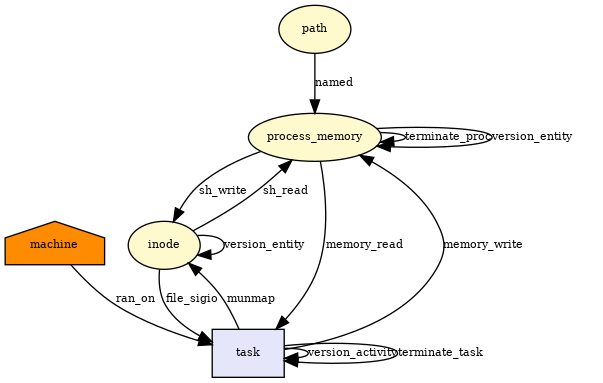
This is docs/img/__x64_sys_process_vm_writev.png from CamFlow/camflow-dev, a Graphviz export, as it was before one commit. Its source is kept beside it as docs/dot/__x64_sys_process_vm_writev.dot.
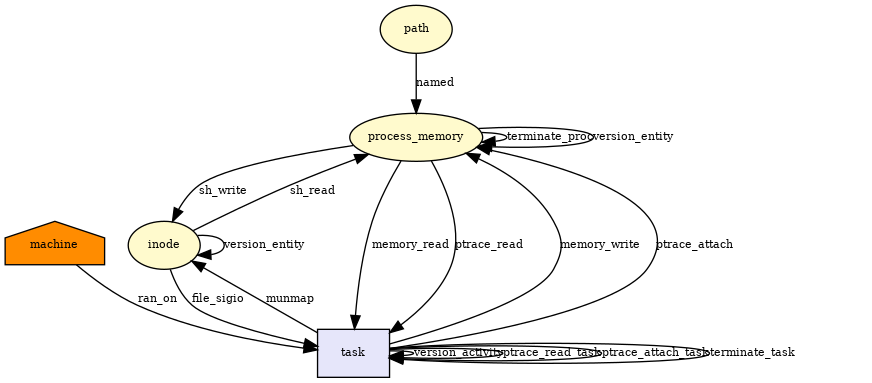
Above is the later version.

What changed in the source:
```diff
@@ -32,6 +32,14 @@
 
 inode -> process_memory[fontsize = 8,label = sh_read]
 
+task -> task[fontsize = 8,label = ptrace_read_task]
+
+process_memory -> task[fontsize = 8,label = ptrace_read]
+
+task -> process_memory[fontsize = 8,label = ptrace_attach]
+
+task -> task[fontsize = 8,label = ptrace_attach_task]
+
 task -> task[fontsize = 8,label = terminate_task]
 
 }
```
